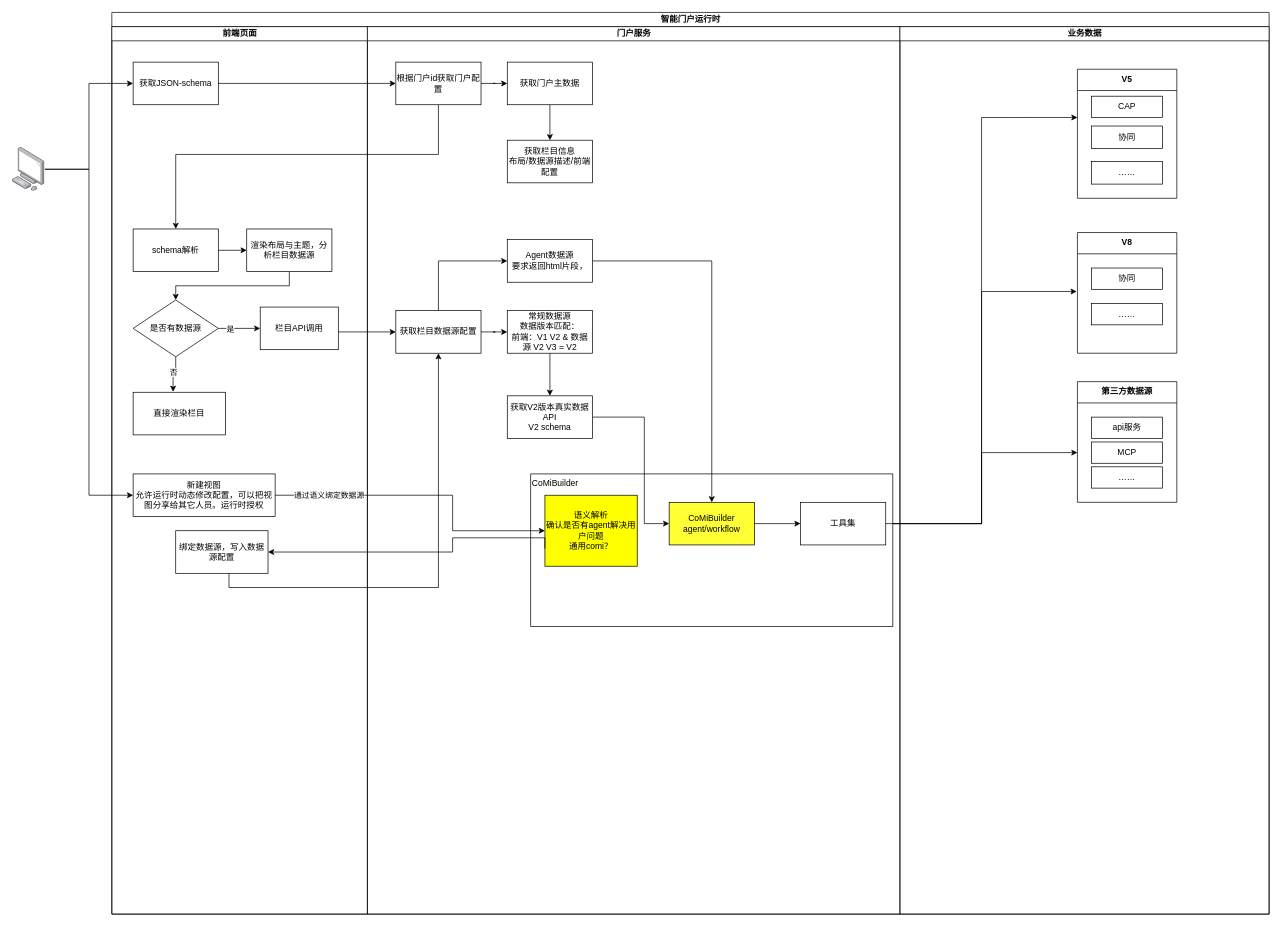
wangweiccmo/drawio keeps this draw.io diagram as 门户架构图.drawio. Above is the earlier version. Source tidied: cells renumbered, new cells numbered last; positions are measured from the earlier drawing's top-left corner, leaving out a move shared by most shapes. Both pictures are drawn from the tidied source at 71%, with x=0, y=0 at pixel (12, 12).
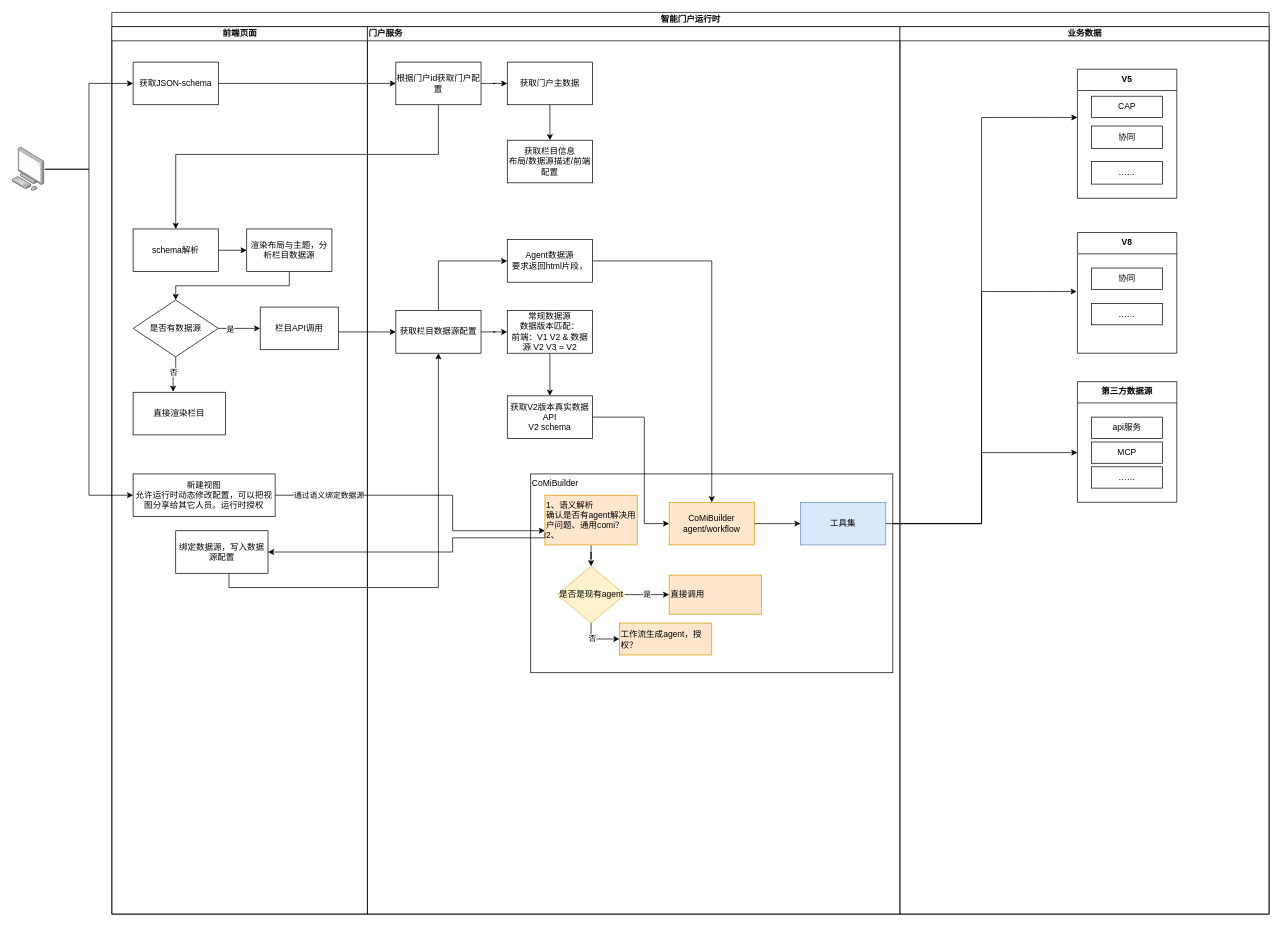
The same page after the edit.

Commit message:
更新门户架构图.drawio

The change refers to these unchanged cells:
```xml
<mxCell id="2" value="智能门户运行时" style="swimlane;startSize=20;html=1;" parent="1" vertex="1">
  <mxGeometry x="140" width="1630" height="1270" as="geometry" />
</mxCell>
```

What changed in the source:
```diff
@@
-    <mxCell id="23" value="门户服务" style="swimlane;startSize=20;html=1;" parent="2" vertex="1">
+    <mxCell id="23" value="门户服务" style="swimlane;startSize=20;html=1;align=left;" parent="2" vertex="1">
       <mxGeometry x="360" y="20" width="750" height="1250" as="geometry" />
     </mxCell>
     <mxCell id="24" value="&lt;div style=&quot;&quot;&gt;CoMiBuilder&lt;/div&gt;" style="rounded=0;whiteSpace=wrap;html=1;align=left;verticalAlign=top;" parent="23" vertex="1">
-      <mxGeometry x="230" y="630" width="510" height="215" as="geometry" />
+      <mxGeometry x="230" y="630" width="510" height="280" as="geometry" />
     </mxCell>
@@
-    <mxCell id="38" value="CoMiBuilder&lt;div&gt;agent/workflow&lt;/div&gt;" style="rounded=0;whiteSpace=wrap;html=1;fillColor=#FFFF33;" parent="23" vertex="1">
+    <mxCell id="38" value="CoMiBuilder&lt;div&gt;agent/workflow&lt;/div&gt;" style="rounded=0;whiteSpace=wrap;html=1;fillColor=#ffe6cc;strokeColor=#d79b00;" parent="23" vertex="1">
       <mxGeometry x="425" y="670" width="120" height="60" as="geometry" />
     </mxCell>
-    <mxCell id="39" value="工具集" style="rounded=0;whiteSpace=wrap;html=1;" parent="23" vertex="1">
+    <mxCell id="39" value="工具集" style="rounded=0;whiteSpace=wrap;html=1;fillColor=#dae8fc;strokeColor=#6c8ebf;" parent="23" vertex="1">
       <mxGeometry x="610" y="670" width="120" height="60" as="geometry" />
     </mxCell>
@@
+    <mxCell id="66" style="edgeStyle=orthogonalEdgeStyle;rounded=0;jettySize=auto;html=1;" parent="23" edge="1" source="42" target="71">
+      <mxGeometry relative="1" as="geometry" />
+    </mxCell>
-    <mxCell id="42" value="语义解析&lt;div&gt;确认是否有agent解决用户问题&lt;/div&gt;&lt;div&gt;通用comi？&lt;/div&gt;" style="rounded=0;whiteSpace=wrap;html=1;fillColor=#FFFF00;" parent="23" vertex="1">
-      <mxGeometry x="250" y="660" width="130" height="100" as="geometry" />
+    <mxCell id="42" value="1、语义解析&lt;div&gt;确认是否有agent解决用户问题、&lt;span style=&quot;background-color: transparent; color: light-dark(rgb(0, 0, 0), rgb(255, 255, 255));&quot;&gt;通用comi？&lt;/span&gt;&lt;/div&gt;&lt;div&gt;2、&lt;/div&gt;" style="rounded=0;whiteSpace=wrap;html=1;fillColor=#ffe6cc;align=left;strokeColor=#d79b00;" parent="23" vertex="1">
+      <mxGeometry x="250" y="660" width="130" height="70" as="geometry" />
     </mxCell>
+    <mxCell id="67" style="edgeStyle=orthogonalEdgeStyle;rounded=0;jettySize=auto;html=1;entryX=0;entryY=0.5;entryDx=0;entryDy=0;" parent="23" edge="1" source="71" target="72">
+      <mxGeometry relative="1" as="geometry" />
+    </mxCell>
+    <mxCell id="68" value="是" style="edgeLabel;html=1;align=center;verticalAlign=middle;" parent="67" vertex="1">
+      <mxGeometry y="1" relative="1" as="geometry" />
+    </mxCell>
+    <mxCell id="69" style="edgeStyle=orthogonalEdgeStyle;rounded=0;jettySize=auto;html=1;entryX=0;entryY=0.5;entryDx=0;entryDy=0;" parent="23" edge="1" source="71" target="73">
+      <mxGeometry relative="1" as="geometry" />
+    </mxCell>
+    <mxCell id="70" value="否" style="edgeLabel;html=1;align=center;verticalAlign=middle;" parent="69" vertex="1">
+      <mxGeometry x="-0.22" y="1" relative="1" as="geometry" />
+    </mxCell>
+    <mxCell id="71" value="是否是现有agent" style="rhombus;whiteSpace=wrap;html=1;fillColor=#fff2cc;strokeColor=#d6b656;" parent="23" vertex="1">
+      <mxGeometry x="267.5" y="760" width="95" height="80" as="geometry" />
+    </mxCell>
+    <mxCell id="72" value="直接调用" style="rounded=0;whiteSpace=wrap;html=1;fillColor=#ffe6cc;align=left;strokeColor=#d79b00;" parent="23" vertex="1">
+      <mxGeometry x="425" y="772.5" width="130" height="55" as="geometry" />
+    </mxCell>
+    <mxCell id="73" value="工作流生成agent，授权？" style="rounded=0;whiteSpace=wrap;html=1;fillColor=#ffe6cc;align=left;strokeColor=#d79b00;" parent="23" vertex="1">
+      <mxGeometry x="355" y="840" width="130" height="45" as="geometry" />
+    </mxCell>
```
